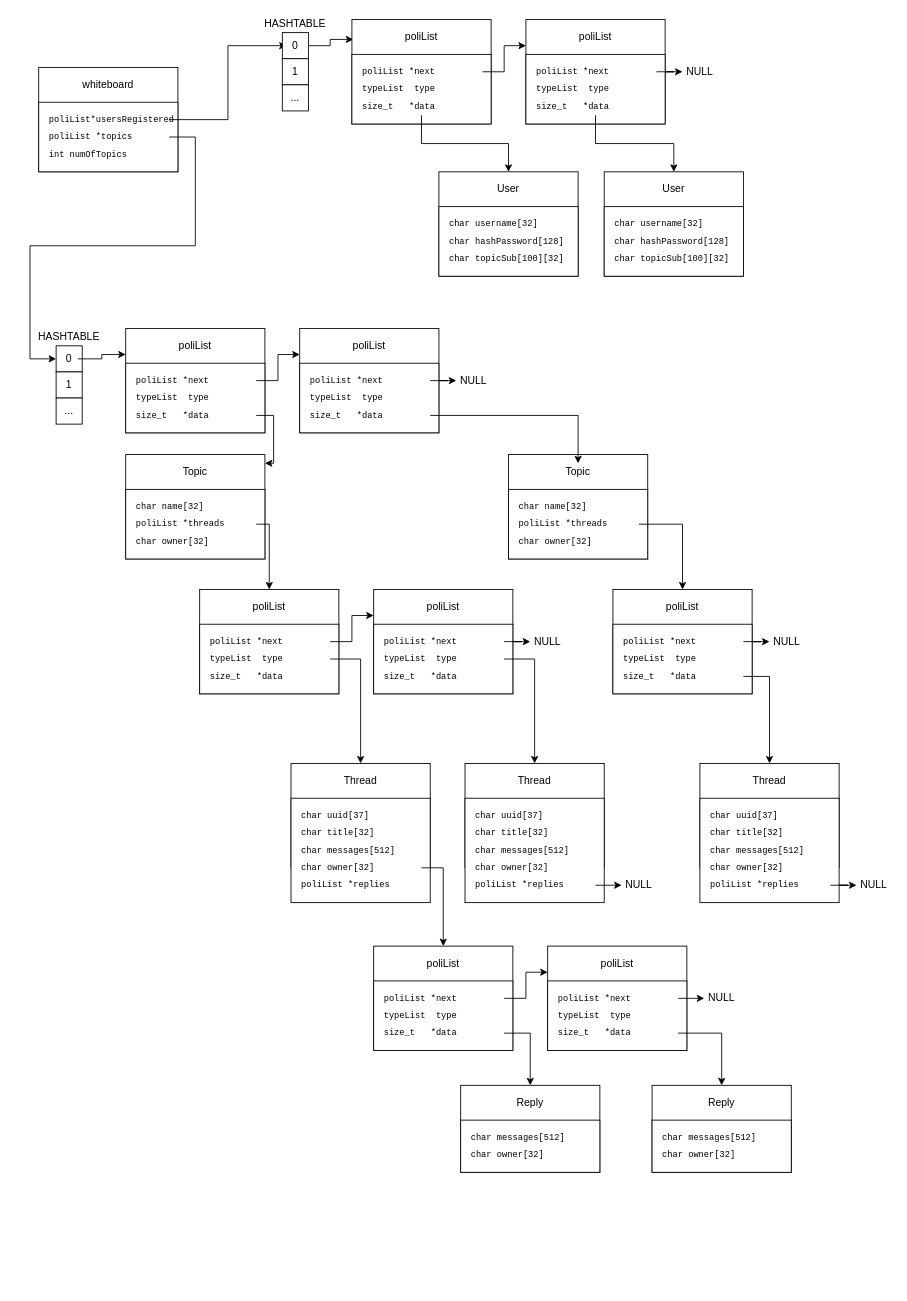
tizianocolagrossi/magistrale-appunti keeps this draw.io diagram as CSaP/Untitled Diagram.drawio. Above is the earlier version. Source tidied: cells renumbered, new cells numbered last; positions are measured from the earlier drawing's top-left corner, leaving out a move shared by most shapes. Both pictures are drawn from the tidied source at 87%, with x=0, y=0 at pixel (30, 15).
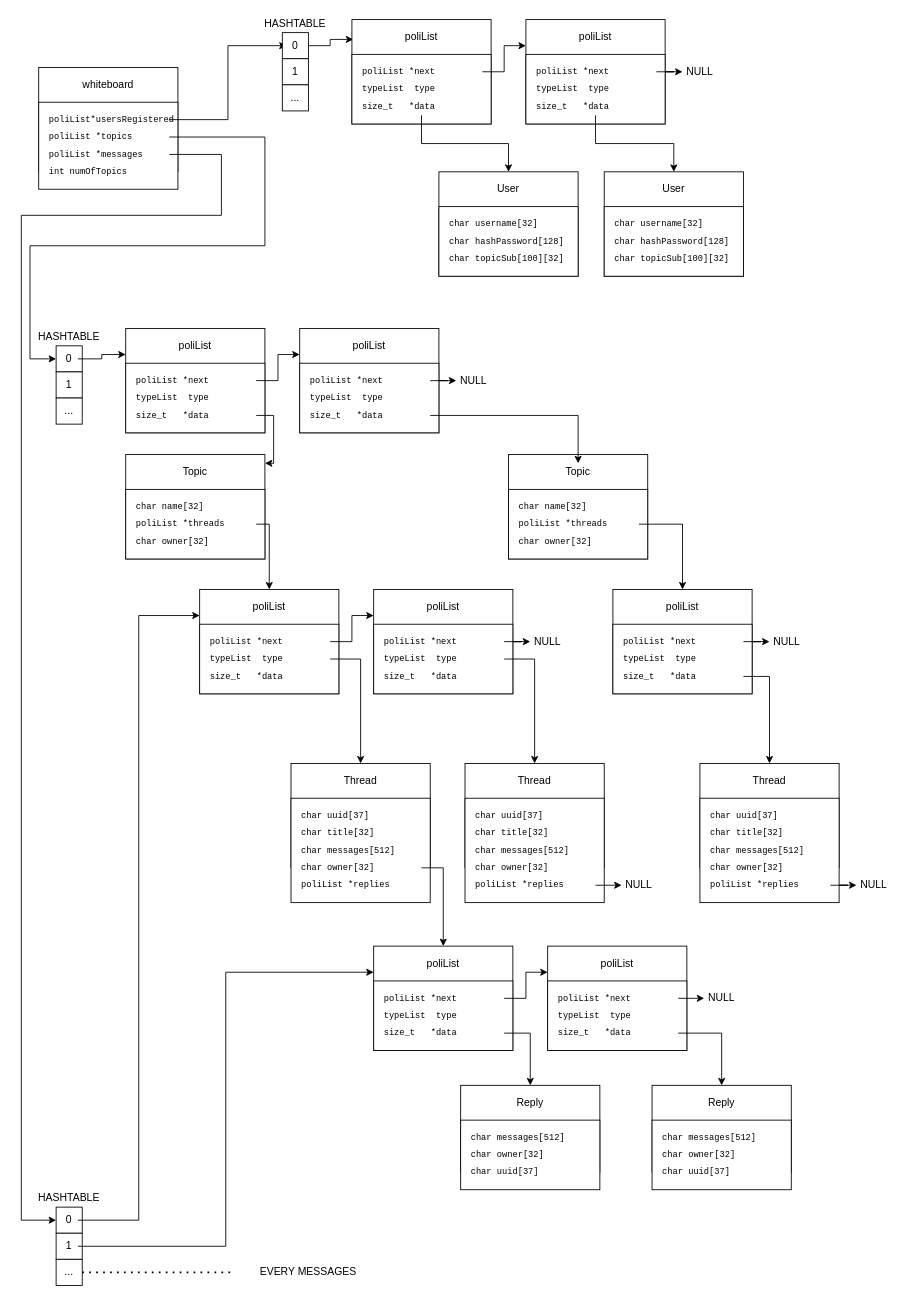
After the change.

Commit message:
DATA-STRUCT-2

Unchanged cells that the change refers to:
```xml
<mxCell id="8" value="&lt;div style=&quot;font-family: &amp;#34;consolas&amp;#34; , &amp;#34;courier new&amp;#34; , monospace ; line-height: 24px&quot;&gt;&lt;font style=&quot;font-size: 10px&quot;&gt;poliList *topics&lt;/font&gt;&lt;/div&gt;" style="text;html=1;strokeColor=none;fillColor=none;align=left;verticalAlign=middle;whiteSpace=wrap;rounded=0;labelBackgroundColor=none;" parent="1" vertex="1">
  <mxGeometry x="20" y="130" width="140" height="20" as="geometry" />
</mxCell>
<mxCell id="17" style="whiteSpace=wrap;html=1;labelBackgroundColor=none;fontColor=#000000;align=left;" parent="1" vertex="1">
  <mxGeometry x="30" y="380" width="30" height="30" as="geometry" />
</mxCell>
<mxCell id="86" style="rounded=0;whiteSpace=wrap;html=1;" parent="1" vertex="1">
  <mxGeometry x="195" y="660" width="160" height="120" as="geometry" />
</mxCell>
<mxCell id="141" style="rounded=0;whiteSpace=wrap;html=1;" parent="1" vertex="1">
  <mxGeometry x="395" y="1070" width="160" height="120" as="geometry" />
</mxCell>
```

The edit, as a diff of the source:
```diff
@@
     <mxCell id="4" style="rounded=0;whiteSpace=wrap;html=1;" parent="1" vertex="1">
-      <mxGeometry x="10" y="100" width="160" height="80" as="geometry" />
+      <mxGeometry x="10" y="100" width="160" height="100" as="geometry" />
     </mxCell>
@@
     <mxCell id="7" style="edgeStyle=orthogonalEdgeStyle;rounded=0;jettySize=auto;html=1;entryX=0;entryY=0.5;entryDx=0;entryDy=0;fontColor=#000000;" parent="1" edge="1" source="8" target="17">
       <mxGeometry relative="1" as="geometry">
         <Array as="points">
-          <mxPoint x="190" y="140" />
-          <mxPoint x="190" y="265" />
+          <mxPoint x="270" y="140" />
+          <mxPoint x="270" y="265" />
           <mxPoint y="265" />
           <mxPoint y="395" />
         </Array>
       </mxGeometry>
     </mxCell>
@@
+    <mxCell id="168" style="edgeStyle=orthogonalEdgeStyle;rounded=0;jettySize=auto;html=1;entryX=0;entryY=0.5;entryDx=0;entryDy=0;fontColor=#000000;" parent="1" edge="1" source="9" target="170">
+      <mxGeometry relative="1" as="geometry">
+        <Array as="points">
+          <mxPoint x="220" y="160" />
+          <mxPoint x="220" y="230" />
+          <mxPoint x="-10" y="230" />
+          <mxPoint x="-10" y="1385" />
+        </Array>
+      </mxGeometry>
+    </mxCell>
-    <mxCell id="9" value="&lt;div style=&quot;font-family: &amp;quot;consolas&amp;quot; , &amp;quot;courier new&amp;quot; , monospace ; line-height: 24px&quot;&gt;&lt;font style=&quot;font-size: 10px&quot;&gt;int numOfTopics&lt;/font&gt;&lt;/div&gt;" style="text;html=1;strokeColor=none;fillColor=none;align=left;verticalAlign=middle;whiteSpace=wrap;rounded=0;labelBackgroundColor=none;" parent="1" vertex="1">
+    <mxCell id="9" value="&lt;div style=&quot;font-family: &amp;#34;consolas&amp;#34; , &amp;#34;courier new&amp;#34; , monospace ; line-height: 24px&quot;&gt;&lt;font style=&quot;font-size: 10px&quot;&gt;poliList *messages&lt;/font&gt;&lt;/div&gt;" style="text;html=1;strokeColor=none;fillColor=none;align=left;verticalAlign=middle;whiteSpace=wrap;rounded=0;labelBackgroundColor=none;" parent="1" vertex="1">
       <mxGeometry x="20" y="150" width="140" height="20" as="geometry" />
     </mxCell>
@@
     <mxCell id="160" style="rounded=0;whiteSpace=wrap;html=1;" parent="1" vertex="1">
-      <mxGeometry x="495" y="1270" width="160" height="60" as="geometry" />
+      <mxGeometry x="495" y="1270" width="160" height="80" as="geometry" />
     </mxCell>
@@
     <mxCell id="165" style="rounded=0;whiteSpace=wrap;html=1;" parent="1" vertex="1">
-      <mxGeometry x="715" y="1270" width="160" height="60" as="geometry" />
+      <mxGeometry x="715" y="1270" width="160" height="80" as="geometry" />
     </mxCell>
@@
+    <mxCell id="169" value="&lt;div style=&quot;font-family: &amp;quot;consolas&amp;quot; , &amp;quot;courier new&amp;quot; , monospace ; line-height: 24px&quot;&gt;&lt;font style=&quot;font-size: 10px&quot;&gt;int numOfTopics&lt;/font&gt;&lt;/div&gt;" style="text;html=1;strokeColor=none;fillColor=none;align=left;verticalAlign=middle;whiteSpace=wrap;rounded=0;labelBackgroundColor=none;" parent="1" vertex="1">
+      <mxGeometry x="20" y="170" width="140" height="20" as="geometry" />
+    </mxCell>
+    <mxCell id="170" style="whiteSpace=wrap;html=1;labelBackgroundColor=none;fontColor=#000000;align=left;" parent="1" vertex="1">
+      <mxGeometry x="30" y="1370" width="30" height="30" as="geometry" />
+    </mxCell>
+    <mxCell id="171" style="whiteSpace=wrap;html=1;labelBackgroundColor=none;fontColor=#000000;align=left;" parent="1" vertex="1">
+      <mxGeometry x="30" y="1400" width="30" height="30" as="geometry" />
+    </mxCell>
+    <mxCell id="172" style="whiteSpace=wrap;html=1;labelBackgroundColor=none;fontColor=#000000;align=left;" parent="1" vertex="1">
+      <mxGeometry x="30" y="1430" width="30" height="30" as="geometry" />
+    </mxCell>
+    <mxCell id="173" style="edgeStyle=orthogonalEdgeStyle;rounded=0;jettySize=auto;html=1;entryX=0;entryY=0.25;entryDx=0;entryDy=0;fontColor=#000000;" parent="1" edge="1" source="174" target="86">
+      <mxGeometry relative="1" as="geometry" />
+    </mxCell>
+    <mxCell id="174" value="0" style="text;html=1;strokeColor=none;fillColor=none;align=center;verticalAlign=middle;whiteSpace=wrap;rounded=0;labelBackgroundColor=none;fontColor=#000000;" parent="1" vertex="1">
+      <mxGeometry x="35" y="1375" width="20" height="20" as="geometry" />
+    </mxCell>
+    <mxCell id="175" style="edgeStyle=orthogonalEdgeStyle;rounded=0;jettySize=auto;html=1;entryX=0;entryY=0.25;entryDx=0;entryDy=0;fontColor=#000000;" parent="1" edge="1" source="176" target="141">
+      <mxGeometry relative="1" as="geometry" />
+    </mxCell>
+    <mxCell id="176" value="1" style="text;html=1;strokeColor=none;fillColor=none;align=center;verticalAlign=middle;whiteSpace=wrap;rounded=0;labelBackgroundColor=none;fontColor=#000000;" parent="1" vertex="1">
+      <mxGeometry x="35" y="1405" width="20" height="20" as="geometry" />
+    </mxCell>
+    <mxCell id="177" value="..." style="text;html=1;strokeColor=none;fillColor=none;align=center;verticalAlign=middle;whiteSpace=wrap;rounded=0;labelBackgroundColor=none;fontColor=#000000;" parent="1" vertex="1">
+      <mxGeometry x="35" y="1435" width="20" height="20" as="geometry" />
+    </mxCell>
+    <mxCell id="178" value="HASHTABLE" style="text;html=1;strokeColor=none;fillColor=none;align=center;verticalAlign=middle;whiteSpace=wrap;rounded=0;labelBackgroundColor=none;fontColor=#000000;" parent="1" vertex="1">
+      <mxGeometry x="25" y="1350" width="40" height="20" as="geometry" />
+    </mxCell>
+    <mxCell id="179" value="&lt;div style=&quot;font-family: &amp;#34;consolas&amp;#34; , &amp;#34;courier new&amp;#34; , monospace ; line-height: 24px&quot;&gt;&lt;font style=&quot;font-size: 10px&quot;&gt;char uuid[37]&lt;/font&gt;&lt;/div&gt;" style="text;html=1;strokeColor=none;fillColor=none;align=left;verticalAlign=middle;whiteSpace=wrap;rounded=0;labelBackgroundColor=none;" parent="1" vertex="1">
+      <mxGeometry x="505" y="1320" width="140" height="20" as="geometry" />
+    </mxCell>
+    <mxCell id="180" value="&lt;div style=&quot;font-family: &amp;#34;consolas&amp;#34; , &amp;#34;courier new&amp;#34; , monospace ; line-height: 24px&quot;&gt;&lt;font style=&quot;font-size: 10px&quot;&gt;char uuid[37]&lt;/font&gt;&lt;/div&gt;" style="text;html=1;strokeColor=none;fillColor=none;align=left;verticalAlign=middle;whiteSpace=wrap;rounded=0;labelBackgroundColor=none;" parent="1" vertex="1">
+      <mxGeometry x="725" y="1320" width="140" height="20" as="geometry" />
+    </mxCell>
+    <mxCell id="181" style="endArrow=none;dashed=1;html=1;dashPattern=1 3;strokeWidth=2;fontColor=#000000;exitX=1;exitY=0.5;exitDx=0;exitDy=0;" parent="1" edge="1" source="172">
+      <mxGeometry relative="1" as="geometry">
+        <mxPoint x="230" y="1445" as="targetPoint" />
+      </mxGeometry>
+    </mxCell>
+    <mxCell id="182" value="EVERY MESSAGES" style="text;html=1;strokeColor=none;fillColor=none;align=center;verticalAlign=middle;whiteSpace=wrap;rounded=0;labelBackgroundColor=none;fontColor=#000000;" parent="1" vertex="1">
+      <mxGeometry x="230" y="1435" width="180" height="20" as="geometry" />
+    </mxCell>
```
